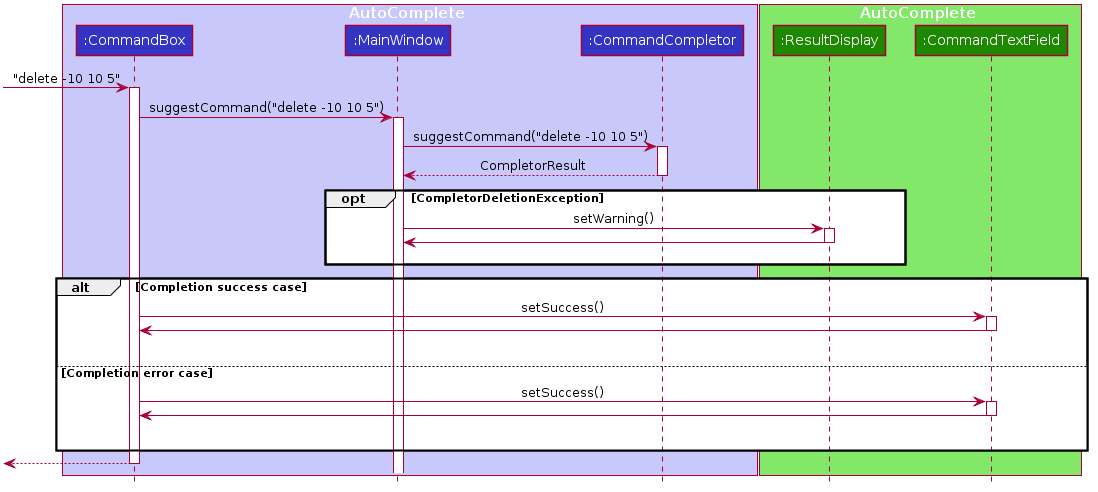
This is docs/images/ACSequenceDiagram.png from nus-cs2103-AY1920S2/addressbook-level3, a PlantUML export, as it was before one commit.
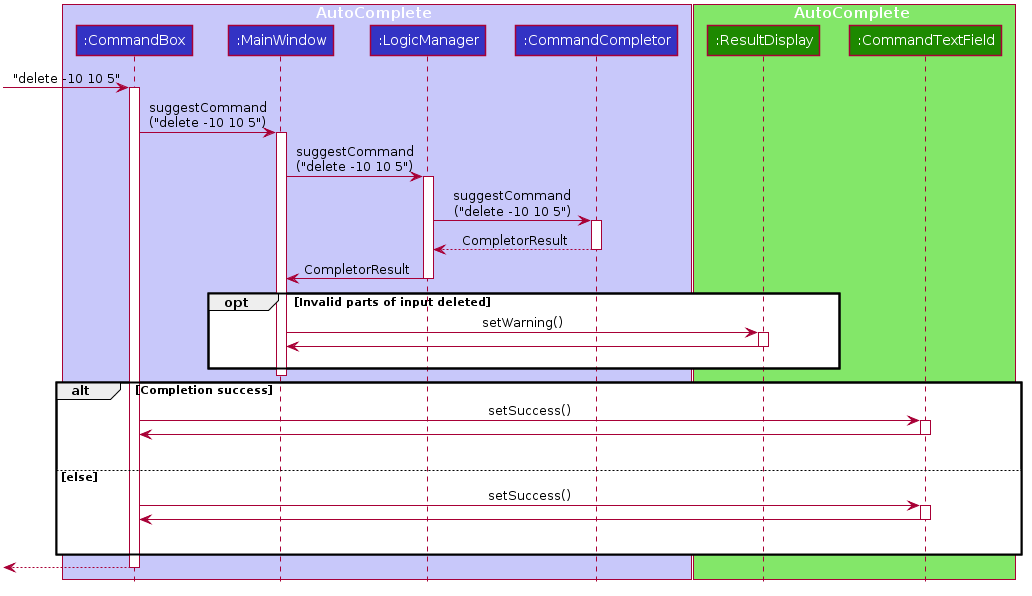
After the commit.

What changed in the source:
```diff
@@ -52,6 +52,7 @@
 box AutoComplete #C8C8FA
 participant ":CommandBox" as CommandBox #3333C4
 participant ":MainWindow" as MainWindow #3333C4
+participant ":LogicManager" as LogicManager #3333C4
 participant ":CommandCompletor" as CommandCompletor #3333C4
 end box
 
@@ -63,16 +64,22 @@
 [-> CommandBox : "delete -10 10 5"
 activate CommandBox
 
-CommandBox -> MainWindow : suggestCommand("delete -10 10 5")
+CommandBox -> MainWindow : suggestCommand\n("delete -10 10 5")
 activate MainWindow
 
-MainWindow -> CommandCompletor: suggestCommand("delete -10 10 5")
+MainWindow -> LogicManager: suggestCommand\n("delete -10 10 5")
+activate LogicManager
+
+LogicManager -> CommandCompletor: suggestCommand\n("delete -10 10 5")
 activate CommandCompletor
 
-CommandCompletor --> MainWindow: CompletorResult
+CommandCompletor --> LogicManager: CompletorResult
 deactivate CommandCompletor
 
-opt CompletorDeletionException
+LogicManager -> MainWindow: CompletorResult
+deactivate LogicManager
+
+opt Invalid parts of input deleted
     MainWindow -> ResultDisplay: setWarning()
     activate ResultDisplay
     ResultDisplay -> MainWindow
@@ -80,13 +87,15 @@
     MainWindow -[hidden]->ResultDisplay
 end
 
-alt Completion success case
+deactivate MainWindow
+
+alt Completion success
     CommandBox -> CommandTextField: setSuccess()
     activate CommandTextField
     CommandTextField -> CommandBox
     deactivate CommandTextField
     CommandBox -[hidden]->CommandBox
-else Completion error case
+else else
     CommandBox -> CommandTextField: setSuccess()
     activate CommandTextField
     CommandTextField -> CommandBox
```
